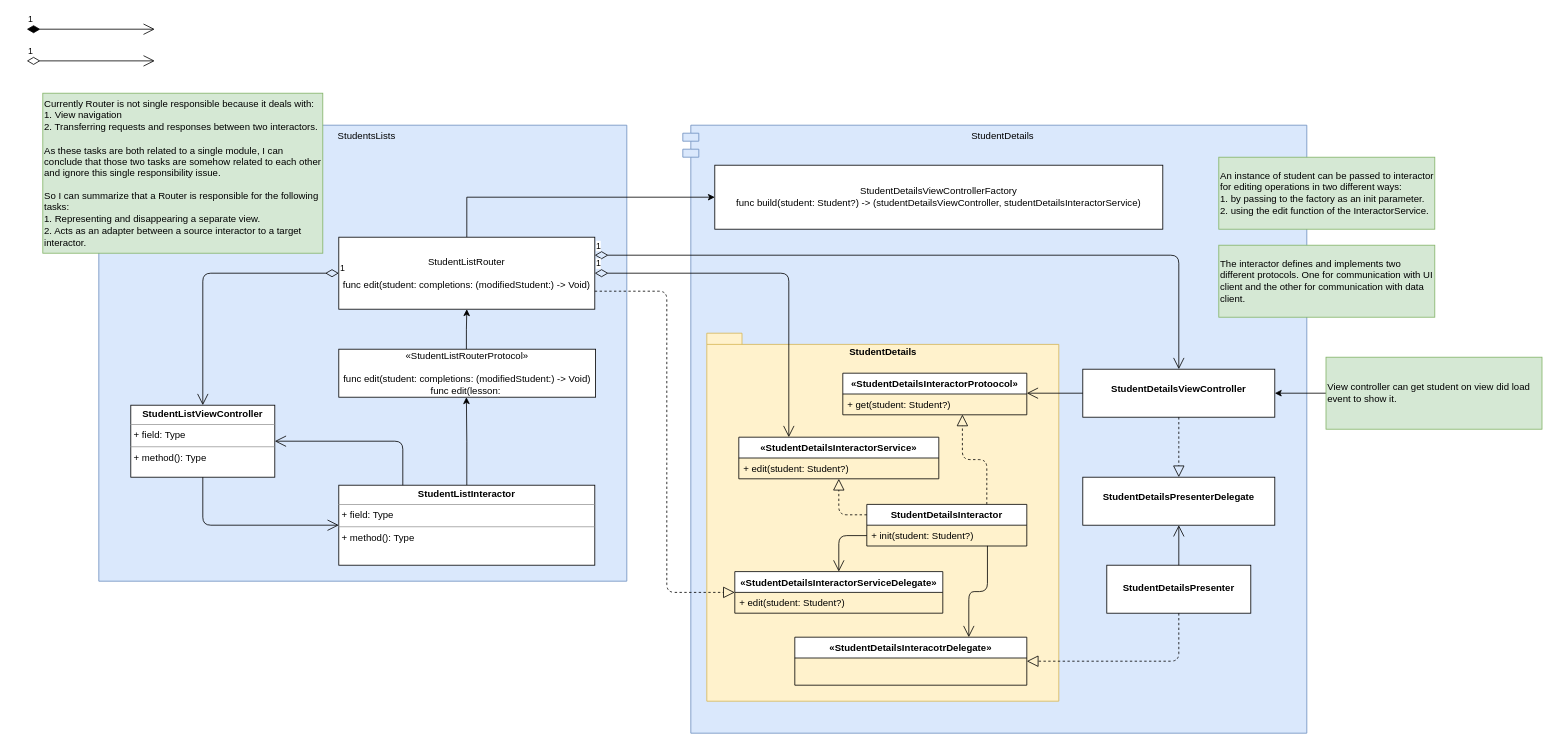
This is RouterPattern/Documents/Inter-module Communication.drawio from justin-er/Flow, a draw.io file, before an edit. Source tidied: cells renumbered, new cells numbered last; positions are measured from the earlier drawing's top-left corner, leaving out a move shared by most shapes. Both pictures are drawn from the tidied source at 80%, with x=0, y=0 at pixel (26, 29).
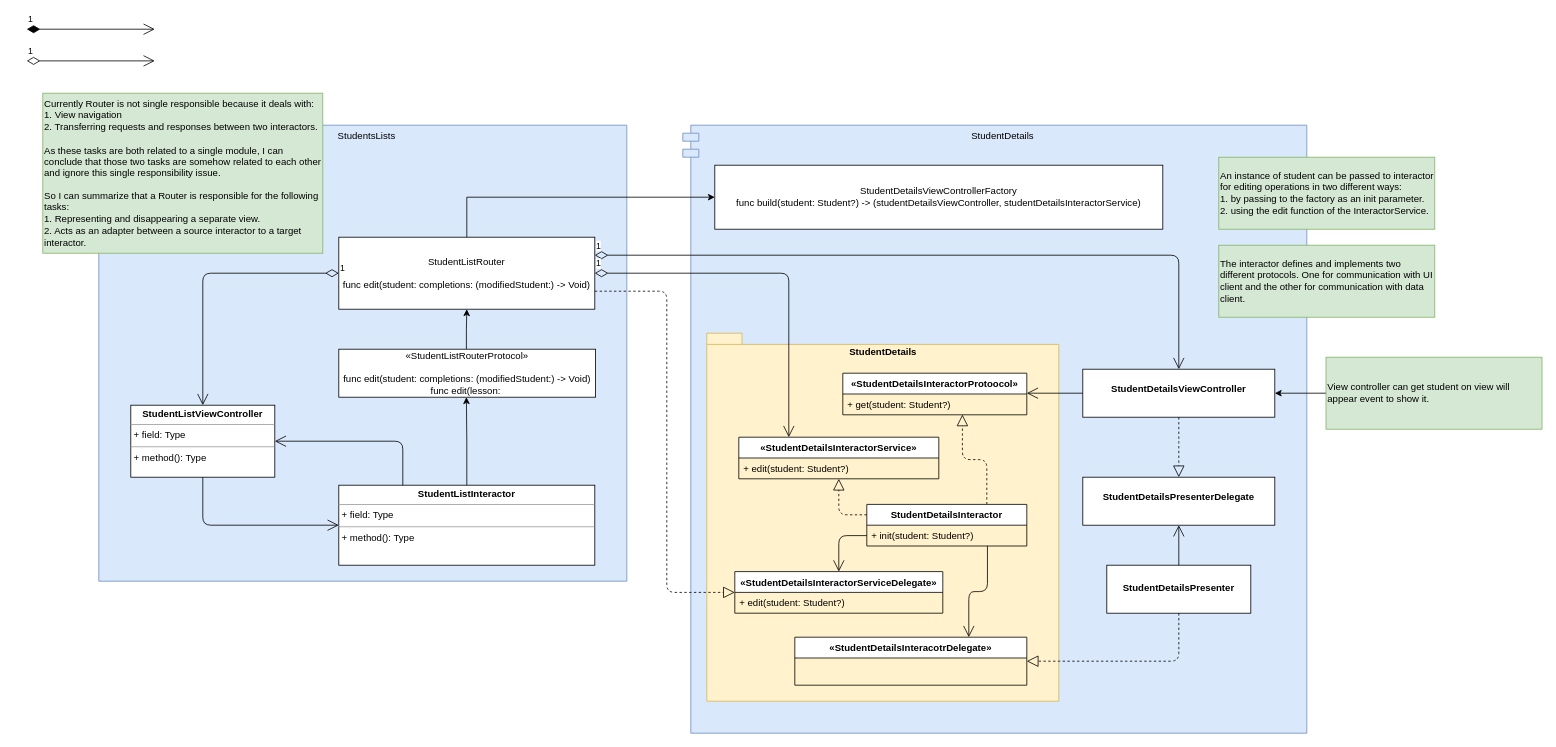
The same page after the edit.

Commit message (it also covers changes not shown here):
Add StudentInteractorProtocol and StudentInteractorService to the Student component.

The edit, as a diff of the source:
```diff
@@
-    <mxCell id="45" value="View controller can get student on view did load event to show it." style="text;html=1;strokeColor=#82b366;fillColor=#d5e8d4;align=left;verticalAlign=middle;whiteSpace=wrap;rounded=0;" parent="1" vertex="1">
+    <mxCell id="45" value="View controller can get student on view will appear event to show it." style="text;html=1;strokeColor=#82b366;fillColor=#d5e8d4;align=left;verticalAlign=middle;whiteSpace=wrap;rounded=0;" parent="1" vertex="1">
       <mxGeometry x="1624" y="410" width="270" height="90" as="geometry" />
     </mxCell>
```
